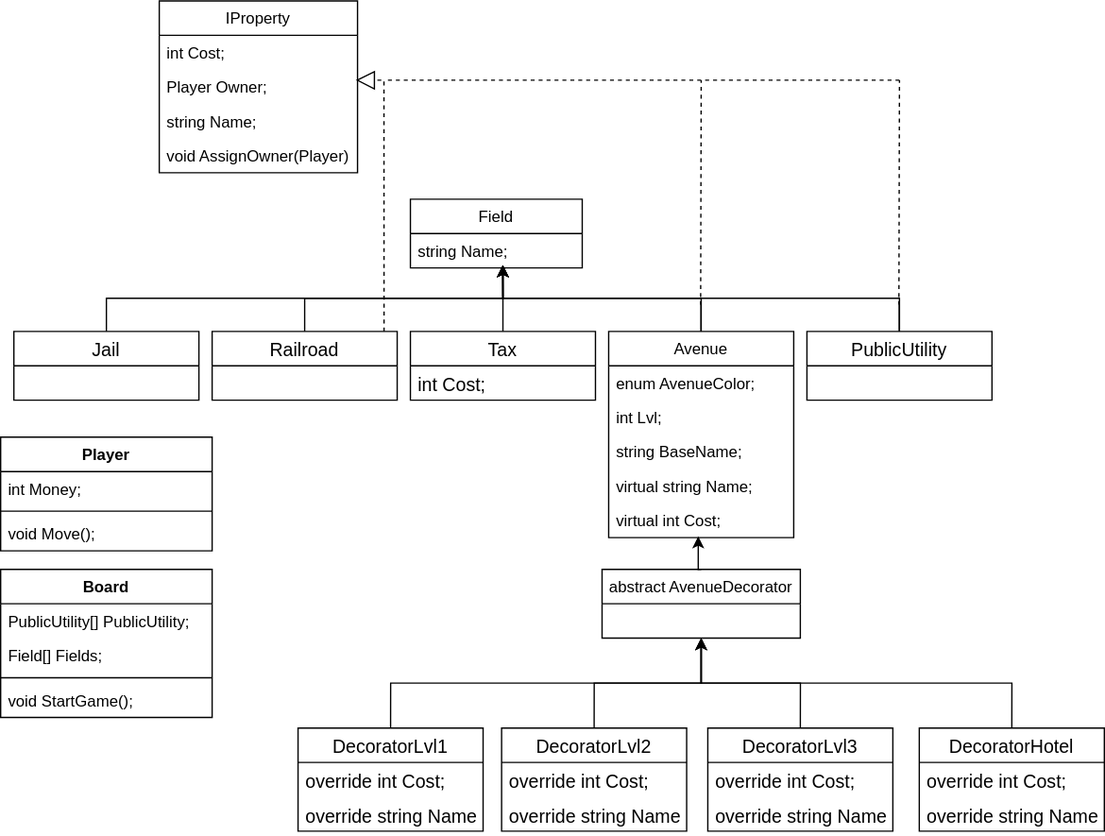
Above: Monopoly/ClassDiagram.svg in rnretina/Monopoly (draw.io), before the change. Source tidied: cells renumbered, new cells last; positions are measured from the earlier drawing's top-left corner, leaving out a move shared by most shapes.
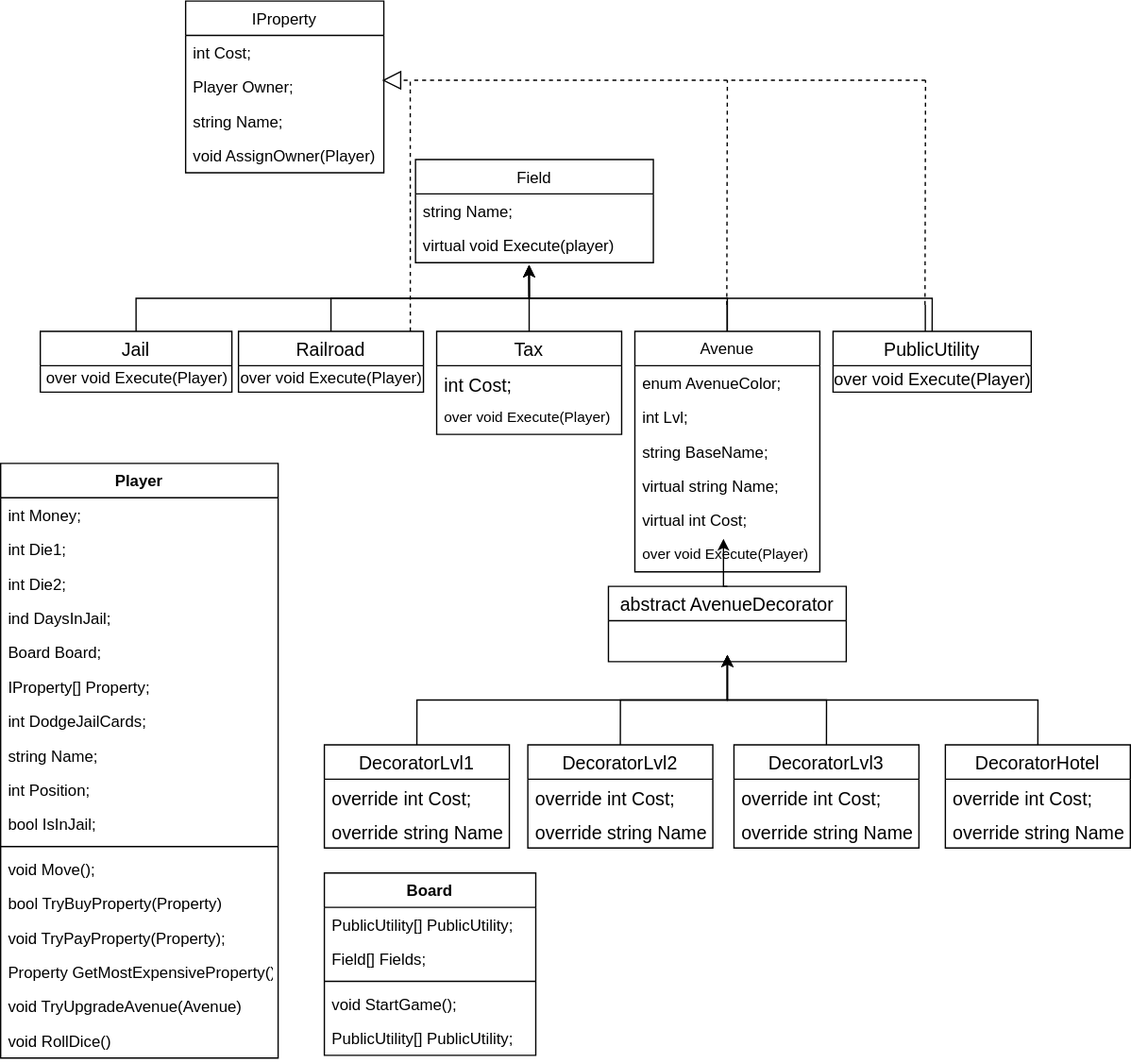
The same file after the commit.

What changed in the source:
```diff
@@ -3,11 +3,14 @@
     <mxCell id="0" />
     <mxCell id="1" parent="0" />
     <mxCell id="2" value="Field" style="swimlane;fontStyle=0;horizontal=1;startSize=26;fillColor=none;" parent="1" vertex="1">
-      <mxGeometry x="310" y="150" width="130" height="52" as="geometry" />
+      <mxGeometry x="294" y="120" width="180" height="78" as="geometry" />
     </mxCell>
     <mxCell id="3" value="string Name;" style="text;strokeColor=none;fillColor=none;align=left;verticalAlign=top;spacingLeft=4;spacingRight=4;overflow=hidden;" parent="2" vertex="1">
-      <mxGeometry y="26" width="130" height="26" as="geometry" />
+      <mxGeometry y="26" width="180" height="26" as="geometry" />
     </mxCell>
+    <mxCell id="58" value="virtual void Execute(player)" style="text;strokeColor=none;fillColor=none;align=left;verticalAlign=top;spacingLeft=4;spacingRight=4;overflow=hidden;" parent="2" vertex="1">
+      <mxGeometry y="52" width="180" height="26" as="geometry" />
+    </mxCell>
     <mxCell id="4" value="IProperty" style="swimlane;fontStyle=0;horizontal=1;startSize=26;fillColor=none;" parent="1" vertex="1">
       <mxGeometry x="120" width="150" height="130" as="geometry" />
     </mxCell>
@@ -29,35 +32,47 @@
       </mxGeometry>
     </mxCell>
     <mxCell id="10" value="Railroad" style="swimlane;fontStyle=0;horizontal=1;startSize=26;fillColor=none;fontSize=14;" parent="1" vertex="1">
-      <mxGeometry x="160" y="250" width="140" height="52" as="geometry" />
+      <mxGeometry x="160" y="250" width="140" height="46" as="geometry" />
     </mxCell>
+    <mxCell id="59" value="over void Execute(Player)" style="text;html=1;align=center;verticalAlign=middle;strokeColor=none;fillColor=none;" parent="10" vertex="1">
+      <mxGeometry y="26" width="140" height="20" as="geometry" />
+    </mxCell>
     <mxCell id="11" style="edgeStyle=orthogonalEdgeStyle;rounded=0;jettySize=auto;html=1;exitX=0.5;exitY=0;exitDx=0;exitDy=0;" parent="1" edge="1" source="12">
       <mxGeometry relative="1" as="geometry">
         <mxPoint x="380" y="200" as="targetPoint" />
       </mxGeometry>
     </mxCell>
     <mxCell id="12" value="PublicUtility" style="swimlane;fontStyle=0;horizontal=1;startSize=26;fillColor=none;fontSize=14;" parent="1" vertex="1">
-      <mxGeometry x="610" y="250" width="140" height="52" as="geometry" />
+      <mxGeometry x="610" y="250" width="150" height="46" as="geometry" />
     </mxCell>
+    <mxCell id="60" value="&lt;span style=&quot;text-align: left&quot;&gt;&lt;font style=&quot;font-size: 13px&quot;&gt;over void Execute(Player)&lt;/font&gt;&lt;/span&gt;" style="text;html=1;align=center;verticalAlign=middle;strokeColor=none;fillColor=none;fontSize=11;" parent="12" vertex="1">
+      <mxGeometry y="26" width="150" height="20" as="geometry" />
+    </mxCell>
     <mxCell id="13" style="edgeStyle=orthogonalEdgeStyle;rounded=0;jettySize=auto;html=1;exitX=0.5;exitY=0;exitDx=0;exitDy=0;" parent="1" edge="1" source="14">
       <mxGeometry relative="1" as="geometry">
         <mxPoint x="380" y="200" as="targetPoint" />
       </mxGeometry>
     </mxCell>
     <mxCell id="14" value="Jail" style="swimlane;fontStyle=0;horizontal=1;startSize=26;fillColor=none;fontSize=14;" parent="1" vertex="1">
-      <mxGeometry x="10" y="250" width="140" height="52" as="geometry" />
+      <mxGeometry x="10" y="250" width="145" height="46" as="geometry" />
     </mxCell>
+    <mxCell id="61" value="over void Execute(Player)" style="text;html=1;align=center;verticalAlign=middle;strokeColor=none;fillColor=none;" parent="14" vertex="1">
+      <mxGeometry y="26" width="145" height="20" as="geometry" />
+    </mxCell>
     <mxCell id="15" style="edgeStyle=orthogonalEdgeStyle;rounded=0;jettySize=auto;html=1;exitX=0.5;exitY=0;exitDx=0;exitDy=0;" parent="1" edge="1" source="16">
       <mxGeometry relative="1" as="geometry">
         <mxPoint x="379.7" y="200" as="targetPoint" />
       </mxGeometry>
     </mxCell>
     <mxCell id="16" value="Tax" style="swimlane;fontStyle=0;horizontal=1;startSize=26;fillColor=none;fontSize=14;" parent="1" vertex="1">
-      <mxGeometry x="310" y="250" width="140" height="52" as="geometry" />
+      <mxGeometry x="310" y="250" width="140" height="78" as="geometry" />
     </mxCell>
     <mxCell id="17" value="int Cost;" style="text;strokeColor=none;fillColor=none;align=left;verticalAlign=top;spacingLeft=4;spacingRight=4;overflow=hidden;fontSize=14;" parent="16" vertex="1">
       <mxGeometry y="26" width="140" height="26" as="geometry" />
     </mxCell>
+    <mxCell id="62" value="over void Execute(Player)" style="text;strokeColor=none;fillColor=none;align=left;verticalAlign=top;spacingLeft=4;spacingRight=4;overflow=hidden;fontSize=11;" parent="16" vertex="1">
+      <mxGeometry y="52" width="140" height="26" as="geometry" />
+    </mxCell>
     <mxCell id="18" style="endArrow=none;html=1;rounded=0;fontSize=14;exitX=0.5;exitY=0;exitDx=0;exitDy=0;" parent="1" edge="1">
       <mxGeometry relative="1" as="geometry">
         <mxPoint x="529.8" y="250" as="sourcePoint" />
@@ -95,19 +110,13 @@
         <mxPoint x="290" y="60" as="targetPoint" />
       </mxGeometry>
     </mxCell>
-    <mxCell id="24" style="edgeStyle=orthogonalEdgeStyle;rounded=0;jettySize=auto;html=1;exitX=0.5;exitY=0;exitDx=0;exitDy=0;entryX=0.484;entryY=0.964;entryDx=0;entryDy=0;entryPerimeter=0;" parent="1" edge="1" source="25" target="32">
-      <mxGeometry relative="1" as="geometry" />
-    </mxCell>
-    <mxCell id="25" value="abstract AvenueDecorator" style="swimlane;fontStyle=0;horizontal=1;startSize=26;fillColor=none;" parent="1" vertex="1">
-      <mxGeometry x="455" y="430" width="150" height="52" as="geometry" />
-    </mxCell>
     <mxCell id="26" style="edgeStyle=orthogonalEdgeStyle;rounded=0;jettySize=auto;html=1;exitX=0.5;exitY=0;exitDx=0;exitDy=0;" parent="1" edge="1" source="27">
       <mxGeometry relative="1" as="geometry">
         <mxPoint x="380" y="200" as="targetPoint" />
       </mxGeometry>
     </mxCell>
     <mxCell id="27" value="Avenue" style="swimlane;fontStyle=0;horizontal=1;startSize=26;fillColor=none;" parent="1" vertex="1">
-      <mxGeometry x="460" y="250" width="140" height="156" as="geometry" />
+      <mxGeometry x="460" y="250" width="140" height="182" as="geometry" />
     </mxCell>
     <mxCell id="28" value="enum AvenueColor;" style="text;strokeColor=none;fillColor=none;align=left;verticalAlign=top;spacingLeft=4;spacingRight=4;overflow=hidden;" parent="27" vertex="1">
       <mxGeometry y="26" width="140" height="26" as="geometry" />
@@ -124,11 +133,16 @@
     <mxCell id="32" value="virtual int Cost;" style="text;strokeColor=none;fillColor=none;align=left;verticalAlign=top;spacingLeft=4;spacingRight=4;overflow=hidden;points=[[0,0.5],[1,0.5]];portConstraint=eastwest;" parent="27" vertex="1">
       <mxGeometry y="130" width="140" height="26" as="geometry" />
     </mxCell>
+    <mxCell id="63" value="over void Execute(Player)" style="text;strokeColor=none;fillColor=none;align=left;verticalAlign=top;spacingLeft=4;spacingRight=4;overflow=hidden;fontSize=11;" parent="27" vertex="1">
+      <mxGeometry y="156" width="140" height="26" as="geometry" />
+    </mxCell>
-    <mxCell id="33" style="edgeStyle=orthogonalEdgeStyle;rounded=0;jettySize=auto;html=1;exitX=0.5;exitY=0;exitDx=0;exitDy=0;entryX=0.5;entryY=1;entryDx=0;entryDy=0;" parent="1" edge="1" source="34" target="25">
-      <mxGeometry relative="1" as="geometry" />
+    <mxCell id="33" style="edgeStyle=orthogonalEdgeStyle;rounded=0;jettySize=auto;html=1;exitX=0.5;exitY=0;exitDx=0;exitDy=0;entryX=0.5;entryY=1;entryDx=0;entryDy=0;" parent="1" edge="1" source="34">
+      <mxGeometry relative="1" as="geometry">
+        <mxPoint x="530" y="495" as="targetPoint" />
+      </mxGeometry>
     </mxCell>
     <mxCell id="34" value="DecoratorLvl1" style="swimlane;fontStyle=0;horizontal=1;startSize=26;fillColor=none;fontSize=14;" parent="1" vertex="1">
-      <mxGeometry x="225" y="550" width="140" height="78" as="geometry" />
+      <mxGeometry x="225" y="563" width="140" height="78" as="geometry" />
     </mxCell>
     <mxCell id="35" value="override int Cost;" style="text;strokeColor=none;fillColor=none;align=left;verticalAlign=top;spacingLeft=4;spacingRight=4;overflow=hidden;fontSize=14;" parent="34" vertex="1">
       <mxGeometry y="26" width="140" height="26" as="geometry" />
@@ -136,11 +150,13 @@
     <mxCell id="36" value="override string Name;" style="text;strokeColor=none;fillColor=none;align=left;verticalAlign=top;spacingLeft=4;spacingRight=4;overflow=hidden;fontSize=14;" parent="34" vertex="1">
       <mxGeometry y="52" width="140" height="26" as="geometry" />
     </mxCell>
-    <mxCell id="37" style="edgeStyle=orthogonalEdgeStyle;rounded=0;jettySize=auto;html=1;exitX=0.5;exitY=0;exitDx=0;exitDy=0;entryX=0.5;entryY=1;entryDx=0;entryDy=0;" parent="1" edge="1" source="38" target="25">
-      <mxGeometry relative="1" as="geometry" />
+    <mxCell id="37" style="edgeStyle=orthogonalEdgeStyle;rounded=0;jettySize=auto;html=1;exitX=0.5;exitY=0;exitDx=0;exitDy=0;entryX=0.5;entryY=1;entryDx=0;entryDy=0;" parent="1" edge="1" source="38">
+      <mxGeometry relative="1" as="geometry">
+        <mxPoint x="530" y="495" as="targetPoint" />
+      </mxGeometry>
     </mxCell>
     <mxCell id="38" value="DecoratorLvl2" style="swimlane;fontStyle=0;horizontal=1;startSize=26;fillColor=none;fontSize=14;" parent="1" vertex="1">
-      <mxGeometry x="379" y="550" width="140" height="78" as="geometry" />
+      <mxGeometry x="379" y="563" width="140" height="78" as="geometry" />
     </mxCell>
     <mxCell id="39" value="override int Cost;" style="text;strokeColor=none;fillColor=none;align=left;verticalAlign=top;spacingLeft=4;spacingRight=4;overflow=hidden;fontSize=14;" parent="38" vertex="1">
       <mxGeometry y="26" width="140" height="26" as="geometry" />
@@ -148,11 +164,13 @@
     <mxCell id="40" value="override string Name;" style="text;strokeColor=none;fillColor=none;align=left;verticalAlign=top;spacingLeft=4;spacingRight=4;overflow=hidden;fontSize=14;" parent="38" vertex="1">
       <mxGeometry y="52" width="140" height="26" as="geometry" />
     </mxCell>
-    <mxCell id="41" style="edgeStyle=orthogonalEdgeStyle;rounded=0;jettySize=auto;html=1;exitX=0.5;exitY=0;exitDx=0;exitDy=0;entryX=0.5;entryY=1;entryDx=0;entryDy=0;" parent="1" edge="1" source="42" target="25">
-      <mxGeometry relative="1" as="geometry" />
+    <mxCell id="41" style="edgeStyle=orthogonalEdgeStyle;rounded=0;jettySize=auto;html=1;exitX=0.5;exitY=0;exitDx=0;exitDy=0;entryX=0.5;entryY=1;entryDx=0;entryDy=0;" parent="1" edge="1" source="42">
+      <mxGeometry relative="1" as="geometry">
+        <mxPoint x="530" y="495" as="targetPoint" />
+      </mxGeometry>
     </mxCell>
     <mxCell id="42" value="DecoratorLvl3" style="swimlane;fontStyle=0;horizontal=1;startSize=26;fillColor=none;fontSize=14;" parent="1" vertex="1">
-      <mxGeometry x="535" y="550" width="140" height="78" as="geometry" />
+      <mxGeometry x="535" y="563" width="140" height="78" as="geometry" />
     </mxCell>
     <mxCell id="43" value="override int Cost;" style="text;strokeColor=none;fillColor=none;align=left;verticalAlign=top;spacingLeft=4;spacingRight=4;overflow=hidden;fontSize=14;" parent="42" vertex="1">
       <mxGeometry y="26" width="140" height="26" as="geometry" />
@@ -160,11 +178,13 @@
     <mxCell id="44" value="override string Name;" style="text;strokeColor=none;fillColor=none;align=left;verticalAlign=top;spacingLeft=4;spacingRight=4;overflow=hidden;fontSize=14;" parent="42" vertex="1">
       <mxGeometry y="52" width="140" height="26" as="geometry" />
     </mxCell>
-    <mxCell id="45" style="edgeStyle=orthogonalEdgeStyle;rounded=0;jettySize=auto;html=1;exitX=0.5;exitY=0;exitDx=0;exitDy=0;entryX=0.5;entryY=1;entryDx=0;entryDy=0;" parent="1" edge="1" source="46" target="25">
-      <mxGeometry relative="1" as="geometry" />
+    <mxCell id="45" style="edgeStyle=orthogonalEdgeStyle;rounded=0;jettySize=auto;html=1;exitX=0.5;exitY=0;exitDx=0;exitDy=0;entryX=0.5;entryY=1;entryDx=0;entryDy=0;" parent="1" edge="1" source="46">
+      <mxGeometry relative="1" as="geometry">
+        <mxPoint x="530" y="495" as="targetPoint" />
+      </mxGeometry>
     </mxCell>
     <mxCell id="46" value="DecoratorHotel" style="swimlane;fontStyle=0;horizontal=1;startSize=26;fillColor=none;fontSize=14;" parent="1" vertex="1">
-      <mxGeometry x="695" y="550" width="140" height="78" as="geometry" />
+      <mxGeometry x="695" y="563" width="140" height="78" as="geometry" />
     </mxCell>
     <mxCell id="47" value="override int Cost;" style="text;strokeColor=none;fillColor=none;align=left;verticalAlign=top;spacingLeft=4;spacingRight=4;overflow=hidden;fontSize=14;" parent="46" vertex="1">
       <mxGeometry y="26" width="140" height="26" as="geometry" />
@@ -173,19 +193,61 @@
       <mxGeometry y="52" width="140" height="26" as="geometry" />
     </mxCell>
     <mxCell id="49" value="Player" style="swimlane;fontStyle=1;align=center;verticalAlign=top;horizontal=1;startSize=26;" parent="1" vertex="1">
-      <mxGeometry y="330" width="160" height="86" as="geometry" />
+      <mxGeometry x="-20" y="350" width="210" height="450" as="geometry" />
     </mxCell>
     <mxCell id="50" value="int Money;" style="text;strokeColor=none;fillColor=none;align=left;verticalAlign=top;spacingLeft=4;spacingRight=4;overflow=hidden;" parent="49" vertex="1">
-      <mxGeometry y="26" width="160" height="26" as="geometry" />
+      <mxGeometry y="26" width="210" height="26" as="geometry" />
     </mxCell>
+    <mxCell id="64" value="int Die1;" style="text;strokeColor=none;fillColor=none;align=left;verticalAlign=top;spacingLeft=4;spacingRight=4;overflow=hidden;" parent="49" vertex="1">
+      <mxGeometry y="52" width="210" height="26" as="geometry" />
+    </mxCell>
+    <mxCell id="65" value="int Die2;" style="text;strokeColor=none;fillColor=none;align=left;verticalAlign=top;spacingLeft=4;spacingRight=4;overflow=hidden;" parent="49" vertex="1">
+      <mxGeometry y="78" width="210" height="26" as="geometry" />
+    </mxCell>
+    <mxCell id="66" value="ind DaysInJail;" style="text;strokeColor=none;fillColor=none;align=left;verticalAlign=top;spacingLeft=4;spacingRight=4;overflow=hidden;" parent="49" vertex="1">
+      <mxGeometry y="104" width="210" height="26" as="geometry" />
+    </mxCell>
+    <mxCell id="67" value="Board Board;" style="text;strokeColor=none;fillColor=none;align=left;verticalAlign=top;spacingLeft=4;spacingRight=4;overflow=hidden;" parent="49" vertex="1">
+      <mxGeometry y="130" width="210" height="26" as="geometry" />
+    </mxCell>
+    <mxCell id="68" value="IProperty[] Property;" style="text;strokeColor=none;fillColor=none;align=left;verticalAlign=top;spacingLeft=4;spacingRight=4;overflow=hidden;" parent="49" vertex="1">
+      <mxGeometry y="156" width="210" height="26" as="geometry" />
+    </mxCell>
+    <mxCell id="69" value="int DodgeJailCards;" style="text;strokeColor=none;fillColor=none;align=left;verticalAlign=top;spacingLeft=4;spacingRight=4;overflow=hidden;" parent="49" vertex="1">
+      <mxGeometry y="182" width="210" height="26" as="geometry" />
+    </mxCell>
+    <mxCell id="70" value="string Name;" style="text;strokeColor=none;fillColor=none;align=left;verticalAlign=top;spacingLeft=4;spacingRight=4;overflow=hidden;" parent="49" vertex="1">
+      <mxGeometry y="208" width="210" height="26" as="geometry" />
+    </mxCell>
+    <mxCell id="71" value="int Position;" style="text;strokeColor=none;fillColor=none;align=left;verticalAlign=top;spacingLeft=4;spacingRight=4;overflow=hidden;" parent="49" vertex="1">
+      <mxGeometry y="234" width="210" height="26" as="geometry" />
+    </mxCell>
+    <mxCell id="72" value="bool IsInJail;" style="text;strokeColor=none;fillColor=none;align=left;verticalAlign=top;spacingLeft=4;spacingRight=4;overflow=hidden;" parent="49" vertex="1">
+      <mxGeometry y="260" width="210" height="26" as="geometry" />
+    </mxCell>
     <mxCell id="51" style="line;strokeWidth=1;fillColor=none;align=left;verticalAlign=middle;spacingTop=-1;spacingLeft=3;spacingRight=3;labelPosition=right;" parent="49" vertex="1">
-      <mxGeometry y="52" width="160" height="8" as="geometry" />
+      <mxGeometry y="286" width="210" height="8" as="geometry" />
     </mxCell>
     <mxCell id="52" value="void Move();" style="text;strokeColor=none;fillColor=none;align=left;verticalAlign=top;spacingLeft=4;spacingRight=4;overflow=hidden;" parent="49" vertex="1">
-      <mxGeometry y="60" width="160" height="26" as="geometry" />
+      <mxGeometry y="294" width="210" height="26" as="geometry" />
     </mxCell>
+    <mxCell id="73" value="bool TryBuyProperty(Property)" style="text;strokeColor=none;fillColor=none;align=left;verticalAlign=top;spacingLeft=4;spacingRight=4;overflow=hidden;" parent="49" vertex="1">
+      <mxGeometry y="320" width="210" height="26" as="geometry" />
+    </mxCell>
+    <mxCell id="74" value="void TryPayProperty(Property);" style="text;strokeColor=none;fillColor=none;align=left;verticalAlign=top;spacingLeft=4;spacingRight=4;overflow=hidden;" parent="49" vertex="1">
+      <mxGeometry y="346" width="210" height="26" as="geometry" />
+    </mxCell>
+    <mxCell id="75" value="Property GetMostExpensiveProperty()" style="text;strokeColor=none;fillColor=none;align=left;verticalAlign=top;spacingLeft=4;spacingRight=4;overflow=hidden;" parent="49" vertex="1">
+      <mxGeometry y="372" width="210" height="26" as="geometry" />
+    </mxCell>
+    <mxCell id="76" value="void TryUpgradeAvenue(Avenue)" style="text;strokeColor=none;fillColor=none;align=left;verticalAlign=top;spacingLeft=4;spacingRight=4;overflow=hidden;" parent="49" vertex="1">
+      <mxGeometry y="398" width="210" height="26" as="geometry" />
+    </mxCell>
+    <mxCell id="77" value="void RollDice()" style="text;strokeColor=none;fillColor=none;align=left;verticalAlign=top;spacingLeft=4;spacingRight=4;overflow=hidden;" parent="49" vertex="1">
+      <mxGeometry y="424" width="210" height="26" as="geometry" />
+    </mxCell>
     <mxCell id="53" value="Board" style="swimlane;fontStyle=1;align=center;verticalAlign=top;horizontal=1;startSize=26;" parent="1" vertex="1">
-      <mxGeometry y="430" width="160" height="112" as="geometry" />
+      <mxGeometry x="225" y="660" width="160" height="138" as="geometry" />
     </mxCell>
     <mxCell id="54" value="PublicUtility[] PublicUtility;" style="text;strokeColor=none;fillColor=none;align=left;verticalAlign=top;spacingLeft=4;spacingRight=4;overflow=hidden;" parent="53" vertex="1">
       <mxGeometry y="26" width="160" height="26" as="geometry" />
@@ -199,5 +261,14 @@
     <mxCell id="57" value="void StartGame();" style="text;strokeColor=none;fillColor=none;align=left;verticalAlign=top;spacingLeft=4;spacingRight=4;overflow=hidden;" parent="53" vertex="1">
       <mxGeometry y="86" width="160" height="26" as="geometry" />
     </mxCell>
+    <mxCell id="78" value="PublicUtility[] PublicUtility;" style="text;strokeColor=none;fillColor=none;align=left;verticalAlign=top;spacingLeft=4;spacingRight=4;overflow=hidden;" parent="53" vertex="1">
+      <mxGeometry y="112" width="160" height="26" as="geometry" />
+    </mxCell>
+    <mxCell id="24" style="edgeStyle=orthogonalEdgeStyle;rounded=0;jettySize=auto;html=1;exitX=0.5;exitY=0;exitDx=0;exitDy=0;entryX=0.479;entryY=1.038;entryDx=0;entryDy=0;entryPerimeter=0;" parent="1" edge="1" source="25" target="32">
+      <mxGeometry relative="1" as="geometry" />
+    </mxCell>
+    <mxCell id="25" value="abstract AvenueDecorator" style="swimlane;fontStyle=0;horizontal=1;startSize=26;fillColor=none;fontSize=14;" parent="1" vertex="1">
+      <mxGeometry x="440" y="443" width="180" height="57" as="geometry" />
+    </mxCell>
   </root>
 </mxGraphModel>
```
